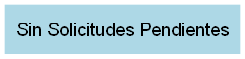
Before: EDD_Proyecto_Fase1/reportes/solicitudes.png, a diagram exported from Graphviz (BM200/EDD_1S2026_PY_-202200147). Its source is kept beside it as EDD_Proyecto_Fase1/reportes/solicitudes.dot.
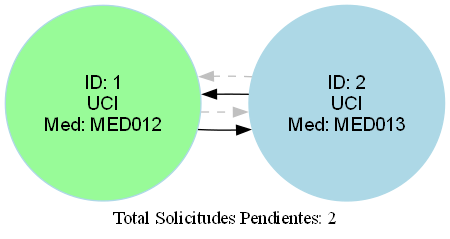
The same diagram one commit later.

Diff of the diagram source:
```diff
@@ -1,5 +1,12 @@
 digraph G {
     rankdir=LR;
     node [shape=circle, style=filled, color=lightblue, fontname="Arial"];
-    Vacio [label="Sin Solicitudes Pendientes", shape=box];
+    Sol_1 [label="ID: 1\nUCI\nMed: MED012", fillcolor=palegreen];
+    Sol_2 [label="ID: 2\nUCI\nMed: MED013", fillcolor=lightblue];
+    Sol_1 -> Sol_2 [weight=1];
+    Sol_1 -> Sol_2 [color=grey, style=dashed, constraint=false];
+    Sol_2 -> Sol_1 [weight=1];
+    Sol_2 -> Sol_1 [color=grey, style=dashed, constraint=false];
+    label="Total Solicitudes Pendientes: 2";
+    labelloc="b";
 }
```
